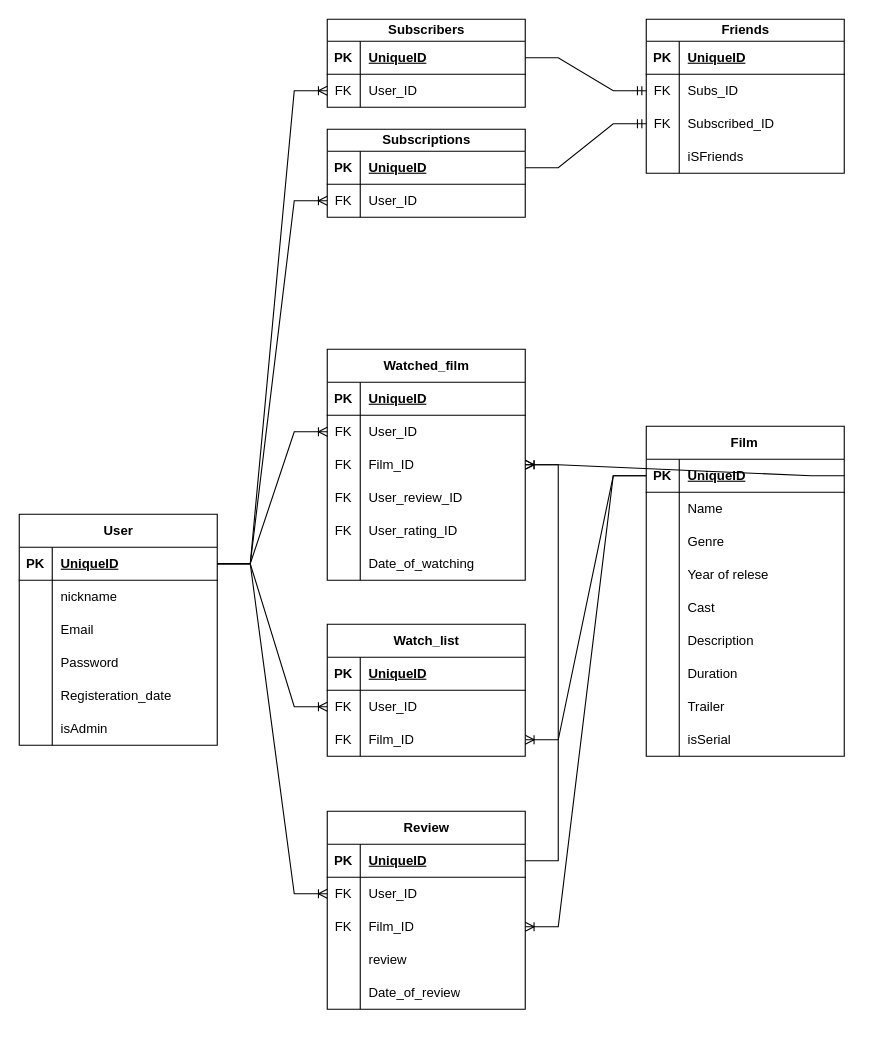
Before: ДиаграммаСущностейКИНО.drawio in veapach/MovieHub, a draw.io diagram. Source tidied: cells renumbered, new cells numbered last; positions are measured from the earlier drawing's top-left corner, leaving out a move shared by most shapes. Both pictures are drawn from the tidied source at 110%, with x=0, y=0 at pixel (19, 19).
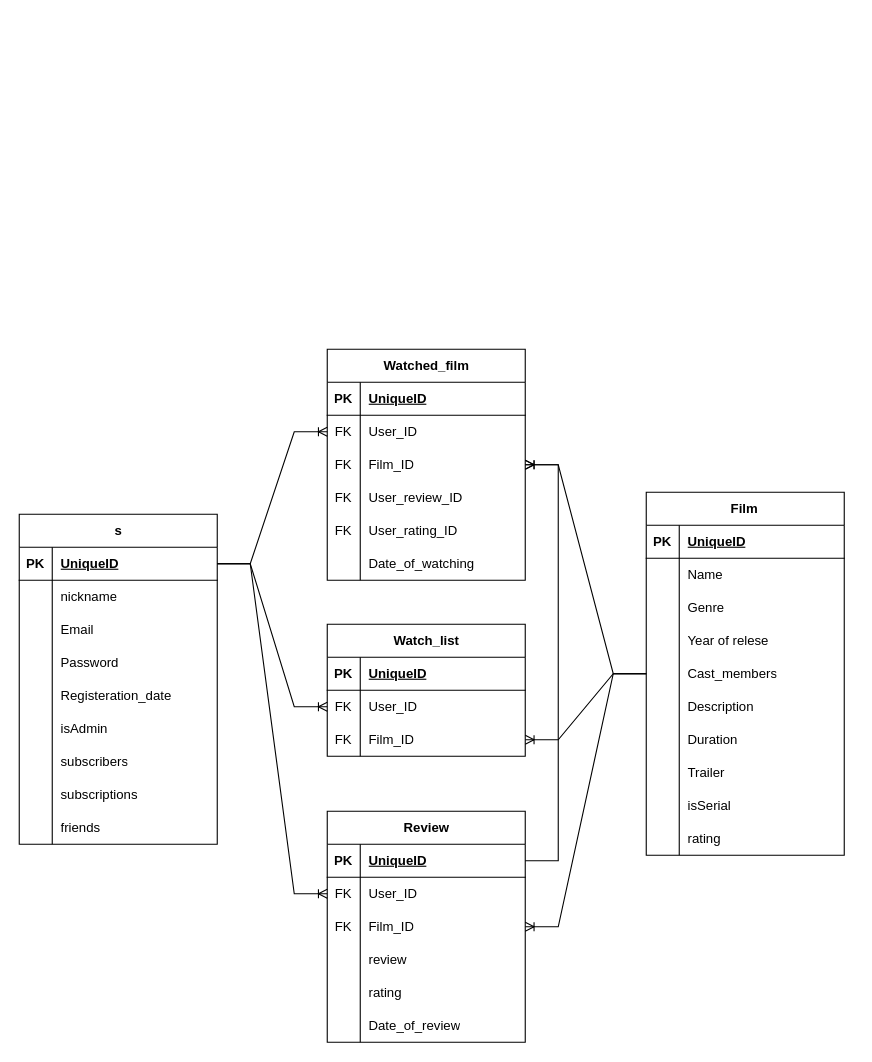
Above is the later version.

The change refers to these unchanged cells:
```xml
<mxCell id="3" style="shape=tableRow;horizontal=0;startSize=0;swimlaneHead=0;swimlaneBody=0;fillColor=none;points=[[0,0.5],[1,0.5]];portConstraint=eastwest;top=0;left=0;right=0;bottom=1;" parent="2" vertex="1">
  <mxGeometry y="30" width="180" height="30" as="geometry" />
</mxCell>
<mxCell id="28" style="shape=tableRow;horizontal=0;startSize=0;swimlaneHead=0;swimlaneBody=0;fillColor=none;points=[[0,0.5],[1,0.5]];portConstraint=eastwest;top=0;left=0;right=0;bottom=0;" parent="21" vertex="1">
  <mxGeometry y="90" width="180" height="30" as="geometry" />
</mxCell>
<mxCell id="41" style="shape=tableRow;horizontal=0;startSize=0;swimlaneHead=0;swimlaneBody=0;fillColor=none;points=[[0,0.5],[1,0.5]];portConstraint=eastwest;top=0;left=0;right=0;bottom=1;" parent="40" vertex="1">
  <mxGeometry y="30" width="180" height="30" as="geometry" />
</mxCell>
<mxCell id="53" style="shape=tableRow;horizontal=0;startSize=0;swimlaneHead=0;swimlaneBody=0;fillColor=none;top=0;left=0;right=0;bottom=0;" parent="40" vertex="1">
  <mxGeometry y="150" width="180" height="30" as="geometry" />
</mxCell>
<mxCell id="75" style="shape=tableRow;horizontal=0;startSize=0;swimlaneHead=0;swimlaneBody=0;fillColor=none;points=[[0,0.5],[1,0.5]];portConstraint=eastwest;top=0;left=0;right=0;bottom=0;" parent="68" vertex="1">
  <mxGeometry y="90" width="180" height="30" as="geometry" />
</mxCell>
<mxCell id="92" style="shape=tableRow;horizontal=0;startSize=0;swimlaneHead=0;swimlaneBody=0;fillColor=none;points=[[0,0.5],[1,0.5]];portConstraint=eastwest;top=0;left=0;right=0;bottom=0;" parent="85" vertex="1">
  <mxGeometry y="90" width="180" height="30" as="geometry" />
</mxCell>
```

Change to the diagram source:
```diff
@@
-    <mxCell id="2" value="User" style="shape=table;startSize=30;childLayout=tableLayout;rowLines=0;fontStyle=1;align=center;html=1;" parent="1" vertex="1">
-      <mxGeometry y="450" width="180" height="210" as="geometry" />
+    <mxCell id="2" value="s" style="shape=table;startSize=30;childLayout=tableLayout;rowLines=0;fontStyle=1;align=center;html=1;" parent="1" vertex="1">
+      <mxGeometry y="450" width="180" height="300" as="geometry" />
     </mxCell>
@@
+    <mxCell id="132" style="shape=tableRow;horizontal=0;startSize=0;swimlaneHead=0;swimlaneBody=0;fillColor=none;top=0;left=0;right=0;bottom=0;" parent="2" vertex="1">
+      <mxGeometry y="210" width="180" height="30" as="geometry" />
+    </mxCell>
+    <mxCell id="133" style="shape=partialRectangle;fillColor=none;top=0;left=0;bottom=0;right=0;overflow=hidden;whiteSpace=wrap;html=1;" parent="132" vertex="1">
+      <mxGeometry width="30" height="30" as="geometry" />
+    </mxCell>
+    <mxCell id="134" value="subscribers" style="shape=partialRectangle;fillColor=none;top=0;left=0;bottom=0;right=0;align=left;spacingLeft=6;overflow=hidden;whiteSpace=wrap;html=1;" parent="132" vertex="1">
+      <mxGeometry x="30" width="150" height="30" as="geometry" />
+    </mxCell>
+    <mxCell id="135" style="shape=tableRow;horizontal=0;startSize=0;swimlaneHead=0;swimlaneBody=0;fillColor=none;top=0;left=0;right=0;bottom=0;" parent="2" vertex="1">
+      <mxGeometry y="240" width="180" height="30" as="geometry" />
+    </mxCell>
+    <mxCell id="136" style="shape=partialRectangle;fillColor=none;top=0;left=0;bottom=0;right=0;overflow=hidden;whiteSpace=wrap;html=1;" parent="135" vertex="1">
+      <mxGeometry width="30" height="30" as="geometry" />
+    </mxCell>
+    <mxCell id="137" value="subscriptions" style="shape=partialRectangle;fillColor=none;top=0;left=0;bottom=0;right=0;align=left;spacingLeft=6;overflow=hidden;whiteSpace=wrap;html=1;" parent="135" vertex="1">
+      <mxGeometry x="30" width="150" height="30" as="geometry" />
+    </mxCell>
+    <mxCell id="138" style="shape=tableRow;horizontal=0;startSize=0;swimlaneHead=0;swimlaneBody=0;fillColor=none;top=0;left=0;right=0;bottom=0;" parent="2" vertex="1">
+      <mxGeometry y="270" width="180" height="30" as="geometry" />
+    </mxCell>
+    <mxCell id="139" style="shape=partialRectangle;fillColor=none;top=0;left=0;bottom=0;right=0;overflow=hidden;whiteSpace=wrap;html=1;" parent="138" vertex="1">
+      <mxGeometry width="30" height="30" as="geometry" />
+    </mxCell>
+    <mxCell id="140" value="friends" style="shape=partialRectangle;fillColor=none;top=0;left=0;bottom=0;right=0;align=left;spacingLeft=6;overflow=hidden;whiteSpace=wrap;html=1;" parent="138" vertex="1">
+      <mxGeometry x="30" width="150" height="30" as="geometry" />
+    </mxCell>
@@
     <mxCell id="40" value="Film&lt;span style=&quot;white-space: pre;&quot;&gt;&#9;&lt;/span&gt;" style="shape=table;startSize=30;childLayout=tableLayout;rowLines=0;fontStyle=1;align=center;html=1;" parent="1" vertex="1">
-      <mxGeometry x="570" y="370" width="180" height="300" as="geometry" />
+      <mxGeometry x="570" y="430" width="180" height="330" as="geometry" />
     </mxCell>
@@
-    <mxCell id="55" value="Cast" style="shape=partialRectangle;fillColor=none;top=0;left=0;bottom=0;right=0;align=left;spacingLeft=6;overflow=hidden;whiteSpace=wrap;html=1;" parent="53" vertex="1">
+    <mxCell id="55" value="Cast_members" style="shape=partialRectangle;fillColor=none;top=0;left=0;bottom=0;right=0;align=left;spacingLeft=6;overflow=hidden;whiteSpace=wrap;html=1;" parent="53" vertex="1">
       <mxGeometry x="30" width="150" height="30" as="geometry" />
     </mxCell>
@@
+    <mxCell id="141" style="shape=tableRow;horizontal=0;startSize=0;swimlaneHead=0;swimlaneBody=0;fillColor=none;top=0;left=0;right=0;bottom=0;" parent="40" vertex="1">
+      <mxGeometry y="300" width="180" height="30" as="geometry" />
+    </mxCell>
+    <mxCell id="142" style="shape=partialRectangle;fillColor=none;top=0;left=0;bottom=0;right=0;overflow=hidden;whiteSpace=wrap;html=1;" parent="141" vertex="1">
+      <mxGeometry width="30" height="30" as="geometry" />
+    </mxCell>
+    <mxCell id="143" value="rating" style="shape=partialRectangle;fillColor=none;top=0;left=0;bottom=0;right=0;align=left;spacingLeft=6;overflow=hidden;whiteSpace=wrap;html=1;" parent="141" vertex="1">
+      <mxGeometry x="30" width="150" height="30" as="geometry" />
+    </mxCell>
@@
-    <mxCell id="78" value="Subscriptions" style="shape=table;startSize=20;childLayout=tableLayout;rowLines=0;fontStyle=1;align=center;html=1;" parent="1" vertex="1">
-      <mxGeometry x="280" y="100" width="180" height="80" as="geometry" />
-    </mxCell>
-    <mxCell id="79" style="shape=tableRow;horizontal=0;startSize=0;swimlaneHead=0;swimlaneBody=0;fillColor=none;points=[[0,0.5],[1,0.5]];portConstraint=eastwest;top=0;left=0;right=0;bottom=1;" parent="78" vertex="1">
-      <mxGeometry y="20" width="180" height="30" as="geometry" />
-    </mxCell>
-    <mxCell id="80" value="PK" style="shape=partialRectangle;fillColor=none;top=0;left=0;bottom=0;right=0;fontStyle=1;overflow=hidden;whiteSpace=wrap;html=1;" parent="79" vertex="1">
-      <mxGeometry width="30" height="30" as="geometry" />
-    </mxCell>
-    <mxCell id="81" value="UniqueID" style="shape=partialRectangle;fillColor=none;top=0;left=0;bottom=0;right=0;align=left;spacingLeft=6;fontStyle=5;overflow=hidden;whiteSpace=wrap;html=1;" parent="79" vertex="1">
-      <mxGeometry x="30" width="150" height="30" as="geometry" />
-    </mxCell>
-    <mxCell id="82" style="shape=tableRow;horizontal=0;startSize=0;swimlaneHead=0;swimlaneBody=0;fillColor=none;points=[[0,0.5],[1,0.5]];portConstraint=eastwest;top=0;left=0;right=0;bottom=0;" parent="78" vertex="1">
-      <mxGeometry y="50" width="180" height="30" as="geometry" />
-    </mxCell>
-    <mxCell id="83" value="FK" style="shape=partialRectangle;fillColor=none;top=0;left=0;bottom=0;right=0;overflow=hidden;whiteSpace=wrap;html=1;" parent="82" vertex="1">
-      <mxGeometry width="30" height="30" as="geometry" />
-    </mxCell>
-    <mxCell id="84" value="User_ID" style="shape=partialRectangle;fillColor=none;top=0;left=0;bottom=0;right=0;align=left;spacingLeft=6;overflow=hidden;whiteSpace=wrap;html=1;" parent="82" vertex="1">
-      <mxGeometry x="30" width="150" height="30" as="geometry" />
-    </mxCell>
     <mxCell id="85" value="Review" style="shape=table;startSize=30;childLayout=tableLayout;rowLines=0;fontStyle=1;align=center;html=1;" parent="1" vertex="1">
-      <mxGeometry x="280" y="720" width="180" height="180" as="geometry" />
+      <mxGeometry x="280" y="720" width="180" height="210" as="geometry" />
     </mxCell>
@@
+    <mxCell id="144" style="shape=tableRow;horizontal=0;startSize=0;swimlaneHead=0;swimlaneBody=0;fillColor=none;top=0;left=0;right=0;bottom=0;" parent="85" vertex="1">
+      <mxGeometry y="150" width="180" height="30" as="geometry" />
+    </mxCell>
+    <mxCell id="145" style="shape=partialRectangle;fillColor=none;top=0;left=0;bottom=0;right=0;overflow=hidden;whiteSpace=wrap;html=1;" parent="144" vertex="1">
+      <mxGeometry width="30" height="30" as="geometry" />
+    </mxCell>
+    <mxCell id="146" value="rating" style="shape=partialRectangle;fillColor=none;top=0;left=0;bottom=0;right=0;align=left;spacingLeft=6;overflow=hidden;whiteSpace=wrap;html=1;" parent="144" vertex="1">
+      <mxGeometry x="30" width="150" height="30" as="geometry" />
+    </mxCell>
     <mxCell id="98" style="shape=tableRow;horizontal=0;startSize=0;swimlaneHead=0;swimlaneBody=0;fillColor=none;top=0;left=0;right=0;bottom=0;" parent="85" vertex="1">
-      <mxGeometry y="150" width="180" height="30" as="geometry" />
+      <mxGeometry y="180" width="180" height="30" as="geometry" />
     </mxCell>
@@
-    <mxCell id="101" value="Subscribers" style="shape=table;startSize=20;childLayout=tableLayout;rowLines=0;fontStyle=1;align=center;html=1;" parent="1" vertex="1">
-      <mxGeometry x="280" width="180" height="80" as="geometry" />
-    </mxCell>
-    <mxCell id="102" style="shape=tableRow;horizontal=0;startSize=0;swimlaneHead=0;swimlaneBody=0;fillColor=none;points=[[0,0.5],[1,0.5]];portConstraint=eastwest;top=0;left=0;right=0;bottom=1;" parent="101" vertex="1">
-      <mxGeometry y="20" width="180" height="30" as="geometry" />
-    </mxCell>
-    <mxCell id="103" value="PK" style="shape=partialRectangle;fillColor=none;top=0;left=0;bottom=0;right=0;fontStyle=1;overflow=hidden;whiteSpace=wrap;html=1;" parent="102" vertex="1">
-      <mxGeometry width="30" height="30" as="geometry" />
-    </mxCell>
-    <mxCell id="104" value="UniqueID" style="shape=partialRectangle;fillColor=none;top=0;left=0;bottom=0;right=0;align=left;spacingLeft=6;fontStyle=5;overflow=hidden;whiteSpace=wrap;html=1;" parent="102" vertex="1">
-      <mxGeometry x="30" width="150" height="30" as="geometry" />
-    </mxCell>
-    <mxCell id="105" style="shape=tableRow;horizontal=0;startSize=0;swimlaneHead=0;swimlaneBody=0;fillColor=none;points=[[0,0.5],[1,0.5]];portConstraint=eastwest;top=0;left=0;right=0;bottom=0;" parent="101" vertex="1">
-      <mxGeometry y="50" width="180" height="30" as="geometry" />
-    </mxCell>
-    <mxCell id="106" value="FK" style="shape=partialRectangle;fillColor=none;top=0;left=0;bottom=0;right=0;overflow=hidden;whiteSpace=wrap;html=1;" parent="105" vertex="1">
-      <mxGeometry width="30" height="30" as="geometry" />
-    </mxCell>
-    <mxCell id="107" value="User_ID" style="shape=partialRectangle;fillColor=none;top=0;left=0;bottom=0;right=0;align=left;spacingLeft=6;overflow=hidden;whiteSpace=wrap;html=1;" parent="105" vertex="1">
-      <mxGeometry x="30" width="150" height="30" as="geometry" />
-    </mxCell>
-    <mxCell id="108" value="Friends" style="shape=table;startSize=20;childLayout=tableLayout;rowLines=0;fontStyle=1;align=center;html=1;" parent="1" vertex="1">
-      <mxGeometry x="570" width="180" height="140" as="geometry" />
-    </mxCell>
-    <mxCell id="109" style="shape=tableRow;horizontal=0;startSize=0;swimlaneHead=0;swimlaneBody=0;fillColor=none;top=0;left=0;right=0;bottom=1;" parent="108" vertex="1">
-      <mxGeometry y="20" width="180" height="30" as="geometry" />
-    </mxCell>
-    <mxCell id="110" value="PK" style="shape=partialRectangle;fillColor=none;top=0;left=0;bottom=0;right=0;fontStyle=1;overflow=hidden;whiteSpace=wrap;html=1;" parent="109" vertex="1">
-      <mxGeometry width="30" height="30" as="geometry" />
-    </mxCell>
-    <mxCell id="111" value="UniqueID" style="shape=partialRectangle;fillColor=none;top=0;left=0;bottom=0;right=0;align=left;spacingLeft=6;fontStyle=5;overflow=hidden;whiteSpace=wrap;html=1;" parent="109" vertex="1">
-      <mxGeometry x="30" width="150" height="30" as="geometry" />
-    </mxCell>
-    <mxCell id="112" style="shape=tableRow;horizontal=0;startSize=0;swimlaneHead=0;swimlaneBody=0;fillColor=none;points=[[0,0.5],[1,0.5]];portConstraint=eastwest;top=0;left=0;right=0;bottom=0;" parent="108" vertex="1">
-      <mxGeometry y="50" width="180" height="30" as="geometry" />
-    </mxCell>
-    <mxCell id="113" value="FK" style="shape=partialRectangle;fillColor=none;top=0;left=0;bottom=0;right=0;overflow=hidden;whiteSpace=wrap;html=1;" parent="112" vertex="1">
-      <mxGeometry width="30" height="30" as="geometry" />
-    </mxCell>
-    <mxCell id="114" value="Subs_ID" style="shape=partialRectangle;fillColor=none;top=0;left=0;bottom=0;right=0;align=left;spacingLeft=6;overflow=hidden;whiteSpace=wrap;html=1;" parent="112" vertex="1">
-      <mxGeometry x="30" width="150" height="30" as="geometry" />
-    </mxCell>
-    <mxCell id="115" style="shape=tableRow;horizontal=0;startSize=0;swimlaneHead=0;swimlaneBody=0;fillColor=none;points=[[0,0.5],[1,0.5]];portConstraint=eastwest;top=0;left=0;right=0;bottom=0;" parent="108" vertex="1">
-      <mxGeometry y="80" width="180" height="30" as="geometry" />
-    </mxCell>
-    <mxCell id="116" value="FK" style="shape=partialRectangle;fillColor=none;top=0;left=0;bottom=0;right=0;overflow=hidden;whiteSpace=wrap;html=1;" parent="115" vertex="1">
-      <mxGeometry width="30" height="30" as="geometry" />
-    </mxCell>
-    <mxCell id="117" value="Subscribed_ID" style="shape=partialRectangle;fillColor=none;top=0;left=0;bottom=0;right=0;align=left;spacingLeft=6;overflow=hidden;whiteSpace=wrap;html=1;" parent="115" vertex="1">
-      <mxGeometry x="30" width="150" height="30" as="geometry" />
-    </mxCell>
-    <mxCell id="118" style="shape=tableRow;horizontal=0;startSize=0;swimlaneHead=0;swimlaneBody=0;fillColor=none;top=0;left=0;right=0;bottom=0;" parent="108" vertex="1">
-      <mxGeometry y="110" width="180" height="30" as="geometry" />
-    </mxCell>
-    <mxCell id="119" style="shape=partialRectangle;fillColor=none;top=0;left=0;bottom=0;right=0;overflow=hidden;whiteSpace=wrap;html=1;" parent="118" vertex="1">
-      <mxGeometry width="30" height="30" as="geometry" />
-    </mxCell>
-    <mxCell id="120" value="iSFriends" style="shape=partialRectangle;fillColor=none;top=0;left=0;bottom=0;right=0;align=left;spacingLeft=6;overflow=hidden;whiteSpace=wrap;html=1;" parent="118" vertex="1">
-      <mxGeometry x="30" width="150" height="30" as="geometry" />
-    </mxCell>
-    <mxCell id="121" style="edgeStyle=entityRelationEdgeStyle;fontSize=12;html=1;endArrow=ERoneToMany;rounded=0;exitX=1;exitY=0.5;exitDx=0;exitDy=0;entryX=0;entryY=0.5;entryDx=0;entryDy=0;" parent="1" edge="1" source="3" target="82">
-      <mxGeometry relative="1" as="geometry" />
-    </mxCell>
-    <mxCell id="122" style="edgeStyle=entityRelationEdgeStyle;fontSize=12;html=1;endArrow=ERoneToMany;rounded=0;exitX=1;exitY=0.5;exitDx=0;exitDy=0;entryX=0;entryY=0.5;entryDx=0;entryDy=0;" parent="1" edge="1" source="3" target="105">
-      <mxGeometry relative="1" as="geometry" />
-    </mxCell>
-    <mxCell id="123" style="edgeStyle=entityRelationEdgeStyle;fontSize=12;html=1;endArrow=ERmandOne;rounded=0;exitX=1;exitY=0.5;exitDx=0;exitDy=0;entryX=0;entryY=0.5;entryDx=0;entryDy=0;" parent="1" edge="1" source="102" target="112">
-      <mxGeometry relative="1" as="geometry" />
-    </mxCell>
-    <mxCell id="124" style="edgeStyle=entityRelationEdgeStyle;fontSize=12;html=1;endArrow=ERmandOne;rounded=0;exitX=1;exitY=0.5;exitDx=0;exitDy=0;entryX=0;entryY=0.5;entryDx=0;entryDy=0;" parent="1" edge="1" source="79" target="115">
-      <mxGeometry relative="1" as="geometry" />
-    </mxCell>
@@
-    <mxCell id="126" style="edgeStyle=entityRelationEdgeStyle;fontSize=12;html=1;endArrow=ERoneToMany;rounded=0;exitX=0;exitY=0.5;exitDx=0;exitDy=0;entryX=1;entryY=0.5;entryDx=0;entryDy=0;" parent="1" edge="1" source="41" target="75">
+    <mxCell id="126" style="edgeStyle=entityRelationEdgeStyle;fontSize=12;html=1;endArrow=ERoneToMany;rounded=0;entryX=1;entryY=0.5;entryDx=0;entryDy=0;" parent="1" edge="1" source="40" target="75">
       <mxGeometry relative="1" as="geometry" />
     </mxCell>
@@
-    <mxCell id="128" style="edgeStyle=entityRelationEdgeStyle;fontSize=12;html=1;endArrow=ERoneToMany;rounded=0;exitX=0;exitY=0.5;exitDx=0;exitDy=0;entryX=1;entryY=0.5;entryDx=0;entryDy=0;" parent="1" edge="1" source="41" target="92">
+    <mxCell id="128" style="edgeStyle=entityRelationEdgeStyle;fontSize=12;html=1;endArrow=ERoneToMany;rounded=0;entryX=1;entryY=0.5;entryDx=0;entryDy=0;" parent="1" edge="1" source="40" target="92">
       <mxGeometry relative="1" as="geometry" />
     </mxCell>
@@
-    <mxCell id="130" style="edgeStyle=entityRelationEdgeStyle;fontSize=12;html=1;endArrow=ERoneToMany;rounded=0;entryX=1;entryY=0.5;entryDx=0;entryDy=0;exitX=1;exitY=0.5;exitDx=0;exitDy=0;" parent="1" edge="1" source="41" target="28">
+    <mxCell id="130" style="edgeStyle=entityRelationEdgeStyle;fontSize=12;html=1;endArrow=ERoneToMany;rounded=0;entryX=1;entryY=0.5;entryDx=0;entryDy=0;" parent="1" edge="1" source="40" target="28">
       <mxGeometry relative="1" as="geometry">
         <Array as="points">
           <mxPoint x="1340" y="210" />
           <mxPoint x="1300" y="270" />
         </Array>
       </mxGeometry>
     </mxCell>
```
